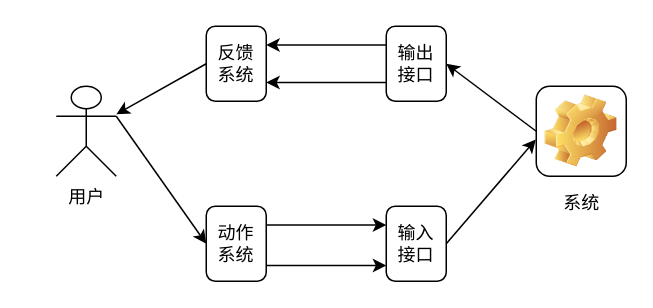
This is page "人机交互流程图" (8 of 8) of 毕业设计/毕业设计.drawio from bosombaby/draw-store, a draw.io file, before an edit. Source tidied: cells renumbered, new cells numbered last; positions are measured from the earlier drawing's top-left corner, leaving out a move shared by most shapes. Both pictures are drawn from the tidied source at 150%, with x=0, y=0 at pixel (56, 26).
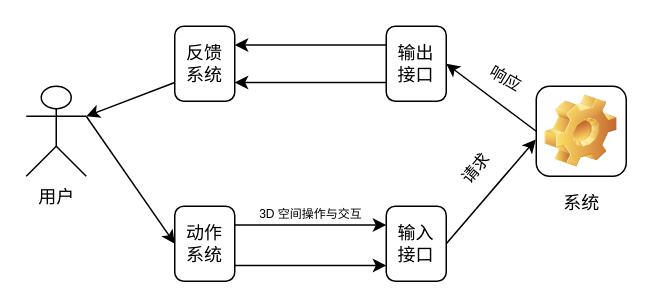
Above is the later version.

Commit message (it also covers changes not shown here):
更新毕业设计.drawio

Diff of the diagram source:
```diff
@@
 <mxGraphModel>
   <root>
     <mxCell id="0" />
     <mxCell id="1" parent="0" />
-    <mxCell id="2" style="rounded=0;jettySize=auto;html=1;exitX=1;exitY=0.3333333333333333;exitDx=0;exitDy=0;exitPerimeter=0;entryX=0;entryY=0.5;entryDx=0;entryDy=0;" parent="1" edge="1" source="3" target="14">
+    <mxCell id="2" style="edgeStyle=none;rounded=0;jettySize=auto;html=1;exitX=1;exitY=0.3333333333333333;exitDx=0;exitDy=0;exitPerimeter=0;entryX=0;entryY=0.5;entryDx=0;entryDy=0;strokeColor=default;align=center;verticalAlign=middle;fontFamily=Helvetica;fontSize=11;fontColor=default;labelBackgroundColor=default;endArrow=classic;" parent="1" edge="1" source="3" target="14">
       <mxGeometry relative="1" as="geometry" />
     </mxCell>
     <mxCell id="3" value="用户" style="shape=umlActor;verticalLabelPosition=bottom;verticalAlign=top;html=1;outlineConnect=0;" parent="1" vertex="1">
-      <mxGeometry y="40" width="40" height="60" as="geometry" />
+      <mxGeometry x="-20" y="40" width="40" height="60" as="geometry" />
     </mxCell>
     <mxCell id="4" style="edgeStyle=none;rounded=0;jettySize=auto;html=1;exitX=0;exitY=0.5;exitDx=0;exitDy=0;entryX=1;entryY=0.5;entryDx=0;entryDy=0;strokeColor=default;align=center;verticalAlign=middle;fontFamily=Helvetica;fontSize=11;fontColor=default;labelBackgroundColor=default;endArrow=classic;" parent="1" edge="1" source="5" target="8">
       <mxGeometry relative="1" as="geometry" />
     </mxCell>
     <mxCell id="5" value="系统" style="icon;html=1;image=img/clipart/Gear_128x128.png;" parent="1" vertex="1">
       <mxGeometry x="320" y="40" width="60" height="60" as="geometry" />
     </mxCell>
     <mxCell id="6" style="edgeStyle=none;rounded=0;jettySize=auto;html=1;exitX=0;exitY=0.25;exitDx=0;exitDy=0;entryX=1;entryY=0.25;entryDx=0;entryDy=0;strokeColor=default;align=center;verticalAlign=middle;fontFamily=Helvetica;fontSize=11;fontColor=default;labelBackgroundColor=default;endArrow=classic;" parent="1" edge="1" source="8" target="11">
       <mxGeometry relative="1" as="geometry" />
     </mxCell>
     <mxCell id="7" style="edgeStyle=none;rounded=0;jettySize=auto;html=1;exitX=0;exitY=0.75;exitDx=0;exitDy=0;entryX=1;entryY=0.75;entryDx=0;entryDy=0;strokeColor=default;align=center;verticalAlign=middle;fontFamily=Helvetica;fontSize=11;fontColor=default;labelBackgroundColor=default;endArrow=classic;" parent="1" edge="1" source="8" target="11">
       <mxGeometry relative="1" as="geometry" />
     </mxCell>
     <mxCell id="8" value="输出&lt;div&gt;接口&lt;/div&gt;" style="rounded=1;whiteSpace=wrap;html=1;" parent="1" vertex="1">
       <mxGeometry x="220" width="40" height="50" as="geometry" />
     </mxCell>
     <mxCell id="9" value="&lt;div&gt;输入&lt;/div&gt;&lt;div&gt;接口&lt;/div&gt;" style="rounded=1;whiteSpace=wrap;html=1;" parent="1" vertex="1">
       <mxGeometry x="220" y="120" width="40" height="50" as="geometry" />
     </mxCell>
-    <mxCell id="10" style="rounded=0;jettySize=auto;html=1;exitX=0;exitY=0.5;exitDx=0;exitDy=0;" parent="1" edge="1" source="11" target="3">
-      <mxGeometry relative="1" as="geometry" />
-    </mxCell>
     <mxCell id="11" value="反馈&lt;div&gt;系统&lt;/div&gt;" style="rounded=1;whiteSpace=wrap;html=1;" parent="1" vertex="1">
-      <mxGeometry x="100" width="40" height="50" as="geometry" />
+      <mxGeometry x="79" width="40" height="50" as="geometry" />
     </mxCell>
-    <mxCell id="12" style="edgeStyle=none;rounded=0;orthogonalLoop=1;jettySize=auto;html=1;exitX=1;exitY=0.75;exitDx=0;exitDy=0;entryX=0;entryY=0.75;entryDx=0;entryDy=0;strokeColor=default;align=center;verticalAlign=middle;fontFamily=Helvetica;fontSize=11;fontColor=default;labelBackgroundColor=default;endArrow=classic;" parent="1" edge="1">
-      <mxGeometry relative="1" as="geometry">
-        <mxPoint x="140" y="159.5" as="sourcePoint" />
-        <mxPoint x="220" y="159.5" as="targetPoint" />
-      </mxGeometry>
-    </mxCell>
     <mxCell id="13" style="edgeStyle=none;rounded=0;jettySize=auto;html=1;exitX=1;exitY=0.25;exitDx=0;exitDy=0;entryX=0;entryY=0.25;entryDx=0;entryDy=0;strokeColor=default;align=center;verticalAlign=middle;fontFamily=Helvetica;fontSize=11;fontColor=default;labelBackgroundColor=default;endArrow=classic;" parent="1" edge="1" source="14" target="9">
       <mxGeometry relative="1" as="geometry" />
     </mxCell>
+    <mxCell id="16" style="edgeStyle=none;rounded=0;orthogonalLoop=1;jettySize=auto;html=1;exitX=1;exitY=0.75;exitDx=0;exitDy=0;entryX=0;entryY=0.75;entryDx=0;entryDy=0;strokeColor=default;align=center;verticalAlign=middle;fontFamily=Helvetica;fontSize=11;fontColor=default;labelBackgroundColor=default;endArrow=classic;" parent="1" edge="1">
+      <mxGeometry relative="1" as="geometry">
+        <mxPoint x="119" y="159.5" as="sourcePoint" />
+        <mxPoint x="220" y="159.5" as="targetPoint" />
+      </mxGeometry>
+    </mxCell>
     <mxCell id="14" value="动作&lt;div&gt;系统&lt;/div&gt;" style="rounded=1;whiteSpace=wrap;html=1;" parent="1" vertex="1">
-      <mxGeometry x="100" y="120" width="40" height="50" as="geometry" />
+      <mxGeometry x="79" y="120" width="40" height="50" as="geometry" />
     </mxCell>
     <mxCell id="15" style="edgeStyle=none;rounded=0;jettySize=auto;html=1;exitX=1;exitY=0.5;exitDx=0;exitDy=0;entryX=-0.005;entryY=0.591;entryDx=0;entryDy=0;entryPerimeter=0;strokeColor=default;align=center;verticalAlign=middle;fontFamily=Helvetica;fontSize=11;fontColor=default;labelBackgroundColor=default;endArrow=classic;" parent="1" edge="1" source="9" target="5">
       <mxGeometry relative="1" as="geometry" />
     </mxCell>
+    <mxCell id="17" value="请求" style="text;html=1;align=center;verticalAlign=middle;whiteSpace=wrap;rounded=0;fontFamily=Helvetica;fontSize=11;fontColor=default;labelBackgroundColor=default;rotation=-50;" parent="1" vertex="1">
+      <mxGeometry x="250" y="80" width="60" height="30" as="geometry" />
+    </mxCell>
+    <mxCell id="18" value="响应" style="text;html=1;align=center;verticalAlign=middle;whiteSpace=wrap;rounded=0;fontFamily=Helvetica;fontSize=11;fontColor=default;labelBackgroundColor=default;rotation=30;" parent="1" vertex="1">
+      <mxGeometry x="270" y="20" width="60" height="30" as="geometry" />
+    </mxCell>
+    <mxCell id="19" value="&lt;font style=&quot;font-size: 8px;&quot;&gt;3D 空间操作与交互&lt;/font&gt;" style="text;html=1;align=center;verticalAlign=middle;whiteSpace=wrap;rounded=0;fontFamily=Helvetica;fontSize=8;fontColor=default;labelBackgroundColor=default;" parent="1" vertex="1">
+      <mxGeometry x="130" y="120" width="80" height="10" as="geometry" />
+    </mxCell>
+    <mxCell id="10" style="edgeStyle=none;rounded=0;jettySize=auto;html=1;exitX=0;exitY=0.75;exitDx=0;exitDy=0;entryX=1;entryY=0.3333333333333333;entryDx=0;entryDy=0;entryPerimeter=0;strokeColor=default;align=center;verticalAlign=middle;fontFamily=Helvetica;fontSize=11;fontColor=default;labelBackgroundColor=default;endArrow=classic;" parent="1" edge="1" source="11" target="3">
+      <mxGeometry relative="1" as="geometry" />
+    </mxCell>
   </root>
 </mxGraphModel>
```
